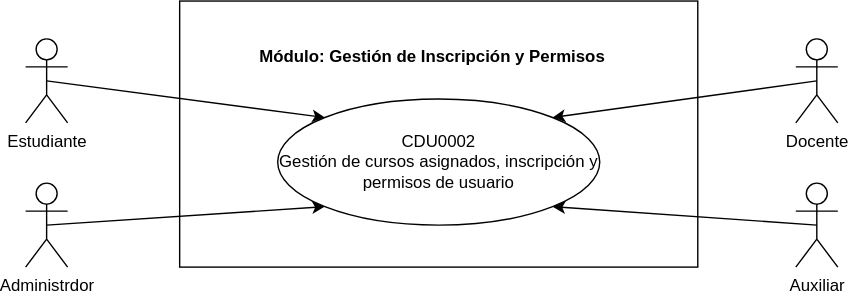
Above: Documentacion/CDU/CDU_PrimeraDescomposicion_M2_202307691.drawio.svg in thanya-gate/SA_PROYECTO_202307691 (draw.io), before the change. Source tidied: cells renumbered, new cells last; positions are measured from the earlier drawing's top-left corner, leaving out a move shared by most shapes. Its diagram source:
```xml
<mxGraphModel>
  <root>
    <mxCell id="0" />
    <mxCell id="1" parent="0" />
    <mxCell id="2" value="Object" style="html=1;whiteSpace=wrap;" parent="1" vertex="1">
      <mxGeometry x="110" width="370" height="190" as="geometry" />
    </mxCell>
    <mxCell id="3" style="rounded=0;jettySize=auto;html=1;exitX=0.5;exitY=0.5;exitDx=0;exitDy=0;exitPerimeter=0;entryX=0;entryY=0;entryDx=0;entryDy=0;shape=wire;dashed=1;endArrow=classic;endFill=1;" parent="1" edge="1" source="4" target="9">
      <mxGeometry relative="1" as="geometry" />
    </mxCell>
    <mxCell id="4" value="Estudiante" style="shape=umlActor;verticalLabelPosition=bottom;verticalAlign=top;html=1;" parent="1" vertex="1">
      <mxGeometry y="27" width="30" height="60" as="geometry" />
    </mxCell>
    <mxCell id="5" style="rounded=0;jettySize=auto;html=1;exitX=0.5;exitY=0.5;exitDx=0;exitDy=0;exitPerimeter=0;entryX=1;entryY=0;entryDx=0;entryDy=0;endArrow=classic;endFill=1;" parent="1" edge="1" source="6" target="9">
      <mxGeometry relative="1" as="geometry" />
    </mxCell>
    <mxCell id="6" value="Docente" style="shape=umlActor;verticalLabelPosition=bottom;verticalAlign=top;html=1;" parent="1" vertex="1">
      <mxGeometry x="550" y="27" width="30" height="60" as="geometry" />
    </mxCell>
    <mxCell id="7" style="rounded=0;jettySize=auto;html=1;exitX=0.5;exitY=0.5;exitDx=0;exitDy=0;exitPerimeter=0;entryX=0;entryY=1;entryDx=0;entryDy=0;startArrow=none;startFill=0;endArrow=classic;endFill=1;" parent="1" edge="1" source="8" target="9">
      <mxGeometry relative="1" as="geometry" />
    </mxCell>
    <mxCell id="8" value="Administrdor" style="shape=umlActor;verticalLabelPosition=bottom;verticalAlign=top;html=1;" parent="1" vertex="1">
      <mxGeometry y="130" width="30" height="60" as="geometry" />
    </mxCell>
    <mxCell id="9" value="CDU0002&lt;div&gt;Gestión de cursos asignados, inscripción y permisos de usuario&lt;/div&gt;" style="ellipse;whiteSpace=wrap;html=1;" parent="1" vertex="1">
      <mxGeometry x="180" y="70" width="230" height="90" as="geometry" />
    </mxCell>
    <mxCell id="10" style="rounded=0;jettySize=auto;html=1;exitX=0.5;exitY=0.5;exitDx=0;exitDy=0;exitPerimeter=0;entryX=1;entryY=1;entryDx=0;entryDy=0;" parent="1" edge="1" source="11" target="9">
      <mxGeometry relative="1" as="geometry" />
    </mxCell>
    <mxCell id="11" value="Auxiliar" style="shape=umlActor;verticalLabelPosition=bottom;verticalAlign=top;html=1;" parent="1" vertex="1">
      <mxGeometry x="550" y="130" width="30" height="60" as="geometry" />
    </mxCell>
    <mxCell id="12" value="Módulo:&amp;nbsp;Gestión de Inscripción y Permisos" style="text;align=center;fontStyle=1;verticalAlign=middle;spacingLeft=3;spacingRight=3;strokeColor=none;html=1;" parent="1" vertex="1">
      <mxGeometry x="250" y="27" width="80" height="26" as="geometry" />
    </mxCell>
  </root>
</mxGraphModel>
```
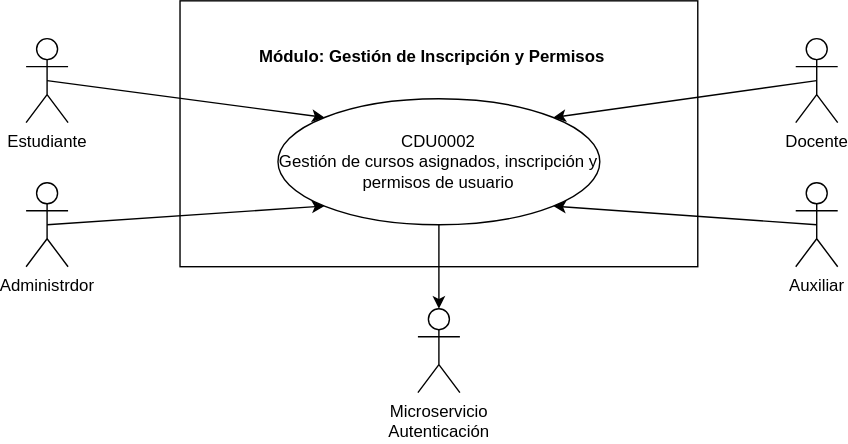
After the commit.

Diff of the diagram source:
```diff
@@ -35,5 +35,11 @@
     <mxCell id="12" value="Módulo:&amp;nbsp;Gestión de Inscripción y Permisos" style="text;align=center;fontStyle=1;verticalAlign=middle;spacingLeft=3;spacingRight=3;strokeColor=none;html=1;" parent="1" vertex="1">
       <mxGeometry x="250" y="27" width="80" height="26" as="geometry" />
     </mxCell>
+    <mxCell id="13" value="Microservicio&lt;div&gt;Autenticación&lt;/div&gt;" style="shape=umlActor;verticalLabelPosition=bottom;verticalAlign=top;html=1;" parent="1" vertex="1">
+      <mxGeometry x="280" y="220" width="30" height="60" as="geometry" />
+    </mxCell>
+    <mxCell id="14" style="rounded=0;jettySize=auto;html=1;exitX=0.5;exitY=1;exitDx=0;exitDy=0;entryX=0.5;entryY=0;entryDx=0;entryDy=0;entryPerimeter=0;" parent="1" edge="1" source="9" target="13">
+      <mxGeometry relative="1" as="geometry" />
+    </mxCell>
   </root>
 </mxGraphModel>
```
